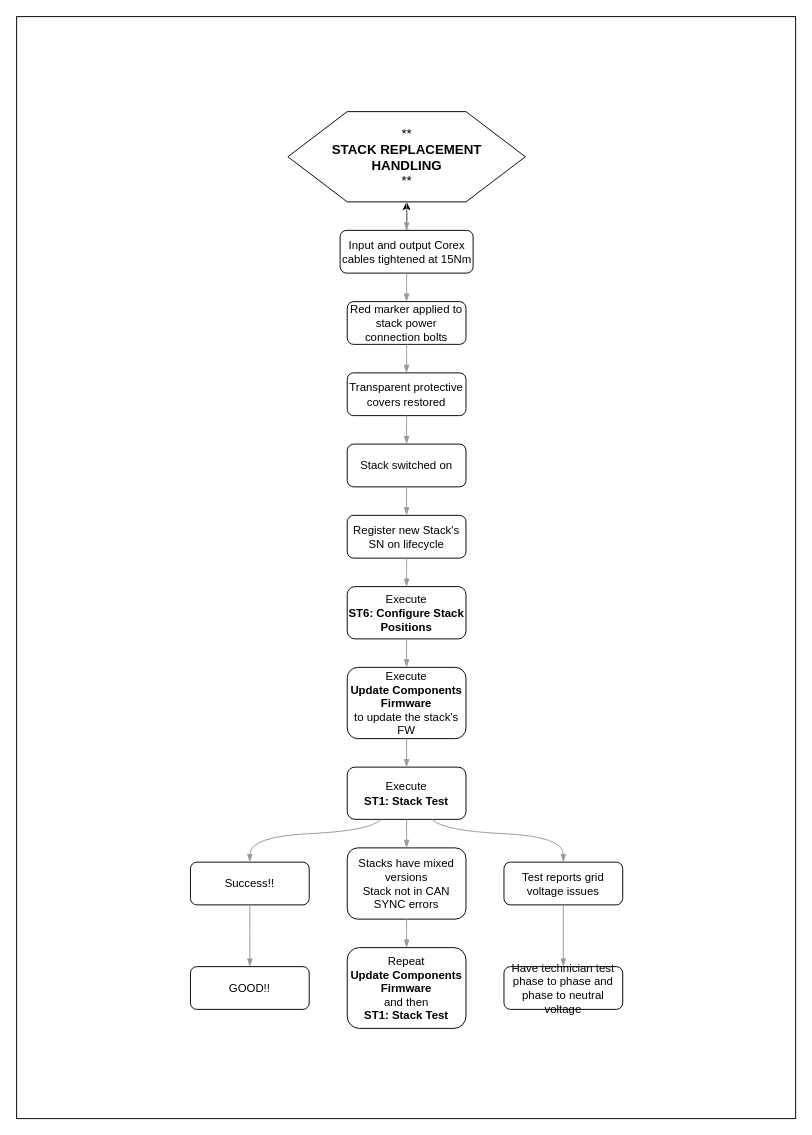
This is Diagramma senza titolo.drawio from gialla1987/test-meter, a draw.io file, before an edit. Source tidied: cells renumbered, new cells numbered last; positions are measured from the earlier drawing's top-left corner, leaving out a move shared by most shapes. Both pictures are drawn from the tidied source at 95%, with x=0, y=0 at pixel (16, 16).
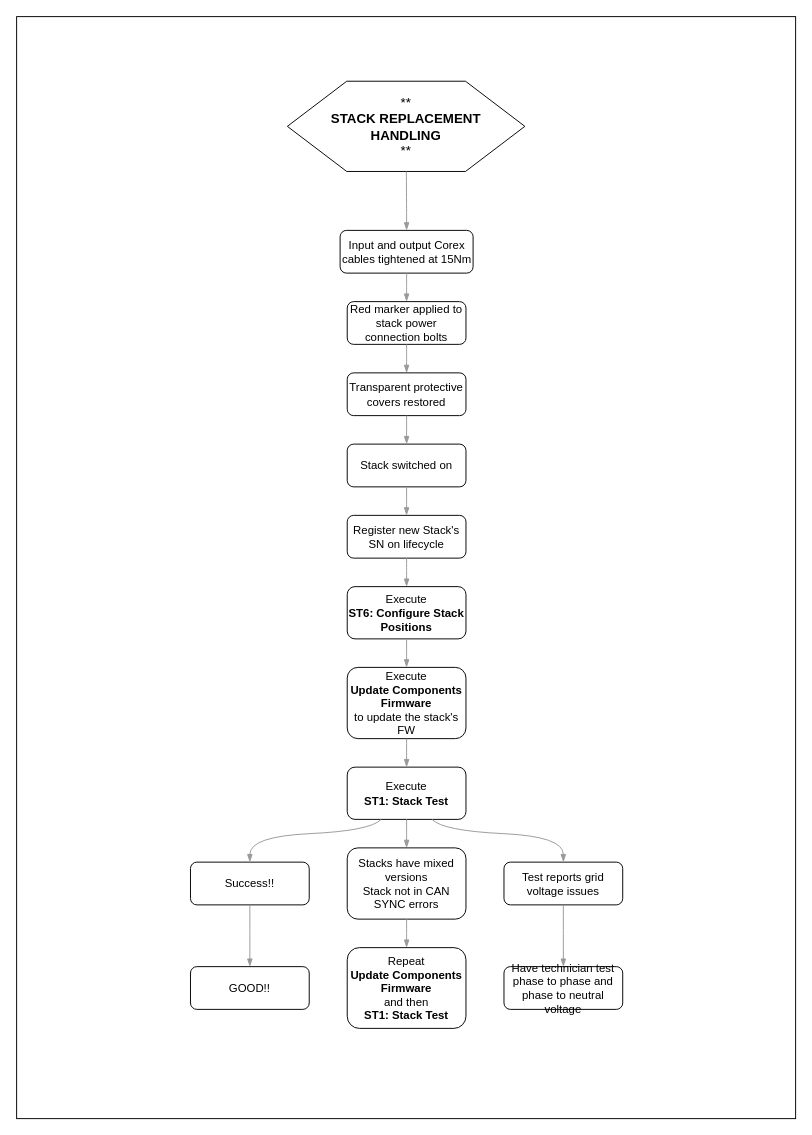
The same page after the edit.

The change refers to these unchanged cells:
```xml
<object id="5" label="%step%" placeholders="1" step="Input and output Corex cables tightened at 15Nm">
  <mxCell style="whiteSpace=wrap;rounded=1;fillColor=#ffffff;strokeColor=#000000;perimetre=rectanglePerimetre;html=1;" parent="1" vertex="1">
    <mxGeometry x="340.5" y="225" width="140" height="45" as="geometry" />
  </mxCell>
</object>
```

Change to the diagram source:
```diff
@@
     <object id="3" label="%step%" placeholders="1" step="**&lt;BR&gt;&lt;b&gt;STACK REPLACEMENT&lt;BR&gt;HANDLING&lt;/b&gt;&lt;BR&gt;**">
       <mxCell style="whiteSpace=wrap;shape=hexagon;fillColor=#ffffff;strokeColor=#000000;perimeter=hexagonPerimeter;fontSize=14;html=1;" parent="1" vertex="1">
-        <mxGeometry x="285.5" y="100" width="250" height="95" as="geometry" />
+        <mxGeometry x="285" y="68" width="250" height="95" as="geometry" />
       </mxCell>
     </object>
-    <mxCell id="4" style="edgeStyle=orthogonalEdgeStyle;rounded=0;jettySize=auto;html=1;" parent="1" edge="1" source="5" target="3">
-      <mxGeometry relative="1" as="geometry" />
-    </mxCell>
```
